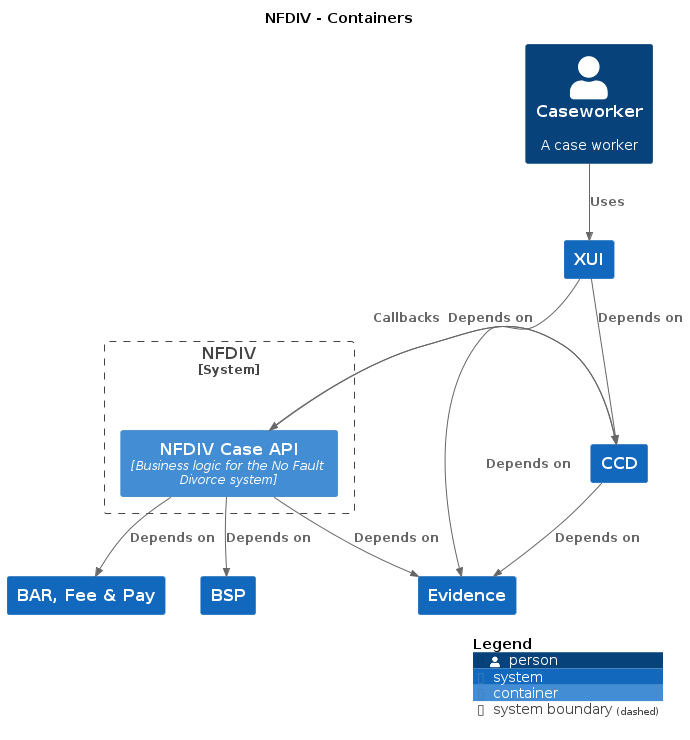
The PlantUML diagram docs/c4/nfdiv/images/structurizr-nfdiv-caseworker.png in hmcts/cnp-api-docs, before a commit.
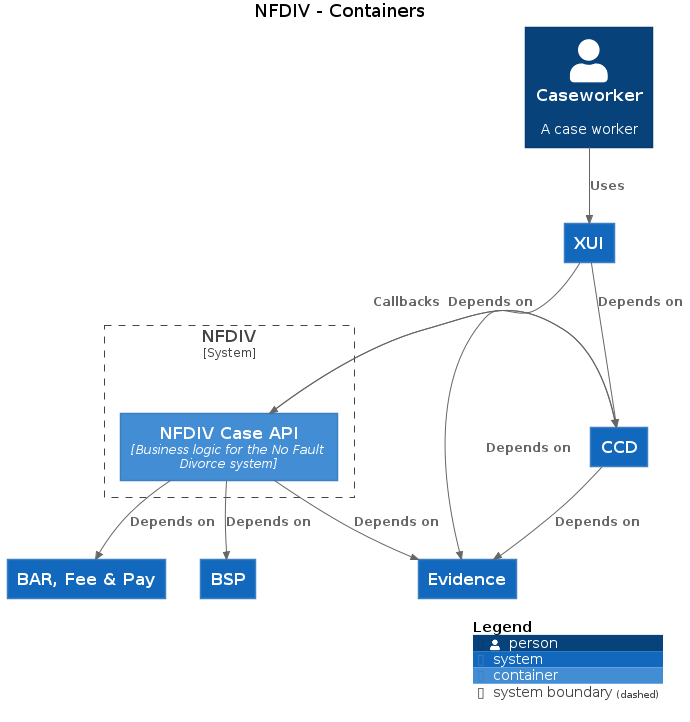
After the commit.

What changed in the source:
```diff
@@ -3,30 +3,30 @@
 
 top to bottom direction
 
-!include https://raw.githubusercontent.com/plantuml-stdlib/C4-PlantUML/master/C4.puml
-!include https://raw.githubusercontent.com/plantuml-stdlib/C4-PlantUML/master/C4_Context.puml
-!include https://raw.githubusercontent.com/plantuml-stdlib/C4-PlantUML/master/C4_Container.puml
+!includeurl https://raw.githubusercontent.com/plantuml-stdlib/C4-PlantUML/master/C4.puml
+!includeurl https://raw.githubusercontent.com/plantuml-stdlib/C4-PlantUML/master/C4_Context.puml
+!includeurl https://raw.githubusercontent.com/plantuml-stdlib/C4-PlantUML/master/C4_Container.puml
 
-System(XUI, "XUI", "", $tags="")
-Person(Caseworker, "Caseworker", "A case worker", $tags="")
-System(CCD, "CCD", "", $tags="")
-System(BARFeePay, "BAR, Fee & Pay", "", $tags="")
-System(BSP, "BSP", "", $tags="")
-System(Evidence, "Evidence", "", $tags="")
+System(XUI, "XUI", "")
+Person(Caseworker, "Caseworker", "A case worker")
+System(CCD, "CCD", "")
+System(BARFeePay, "BAR, Fee & Pay", "")
+System(BSP, "BSP", "")
+System(Evidence, "Evidence", "")
 
 System_Boundary("NFDIV_boundary", "NFDIV") {
-  Container(NFDIV.NFDIVCaseAPI, "NFDIV Case API", "Business logic for the No Fault Divorce system", $tags="")
+  Container(NFDIV.NFDIVCaseAPI, "NFDIV Case API", "Business logic for the No Fault Divorce system")
 }
 
-Rel_D(CCD, Evidence, "Depends on", $tags="")
-Rel_D(XUI, Evidence, "Depends on", $tags="")
-Rel_D(XUI, CCD, "Depends on", $tags="")
-Rel_D(NFDIV.NFDIVCaseAPI, CCD, "Depends on", $tags="")
-Rel_D(NFDIV.NFDIVCaseAPI, BARFeePay, "Depends on", $tags="")
-Rel_D(NFDIV.NFDIVCaseAPI, Evidence, "Depends on", $tags="")
-Rel_D(NFDIV.NFDIVCaseAPI, BSP, "Depends on", $tags="")
-Rel_D(Caseworker, XUI, "Uses", $tags="")
-Rel_D(CCD, NFDIV.NFDIVCaseAPI, "Callbacks", $tags="")
+Rel_D(CCD, Evidence, "Depends on")
+Rel_D(XUI, Evidence, "Depends on")
+Rel_D(XUI, CCD, "Depends on")
+Rel_D(NFDIV.NFDIVCaseAPI, CCD, "Depends on")
+Rel_D(NFDIV.NFDIVCaseAPI, BARFeePay, "Depends on")
+Rel_D(NFDIV.NFDIVCaseAPI, Evidence, "Depends on")
+Rel_D(NFDIV.NFDIVCaseAPI, BSP, "Depends on")
+Rel_D(Caseworker, XUI, "Uses")
+Rel_D(CCD, NFDIV.NFDIVCaseAPI, "Callbacks")
 
 SHOW_DYNAMIC_LEGEND()
 @enduml
```
